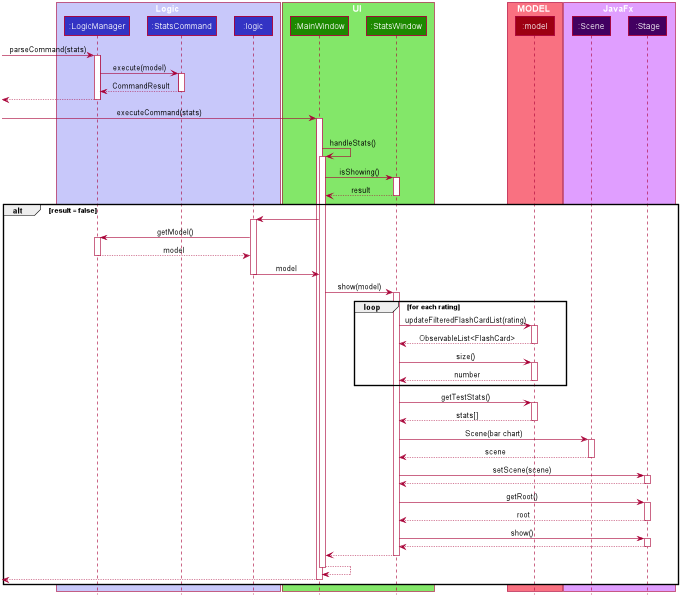
This is docs/images/StatisticsSequenceDiagram.png from nus-cs2103-AY1920S1/addressbook-level3, a PlantUML export, as it was before one commit.
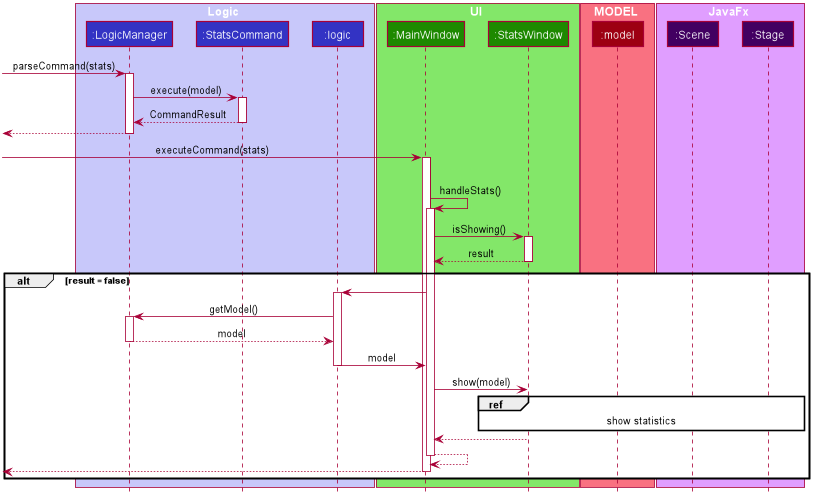
After the change.

Change to the diagram source:
```diff
@@ -105,47 +105,8 @@
                 deactivate Logic
 
                 MainWindow -> StatsWindow : show(model)
-
-                loop for each rating
-                activate StatsWindow
-                StatsWindow -> Model : updateFilteredFlashCardList(rating)
-                activate Model
-                StatsWindow <-- Model : ObservableList<FlashCard>
-                deactivate Model
-                StatsWindow -> Model : size()
-                activate Model
-                StatsWindow <-- Model : number
-                deactivate Model
-                end
-
-                StatsWindow -> Model : getTestStats()
-                activate Model
-                StatsWindow <-- Model : stats[]
-                deactivate Model
-
-                StatsWindow -> Scene : Scene(bar chart)
-                activate Scene
-                StatsWindow <-- Scene : scene
-                deactivate Scene
-
-                StatsWindow -> Stage : setScene(scene)
-                activate Stage
-                StatsWindow <-- Stage :
-                deactivate Stage
-
-                StatsWindow -> Stage : getRoot()
-                activate Stage
-                StatsWindow <-- Stage : root
-                deactivate Stage
-
-
-                StatsWindow -> Stage : show()
-                activate Stage
-                StatsWindow <-- Stage :
-                deactivate Stage
-
+                ref over StatsWindow, Model, Scene, Stage : show statistics
                 MainWindow <-- StatsWindow :
-                deactivate StatsWindow
                 MainWindow <-- MainWindow :
 
            deactivate MainWindow
@@ -154,6 +115,4 @@
 
        end
 
-
-
 @enduml
```
